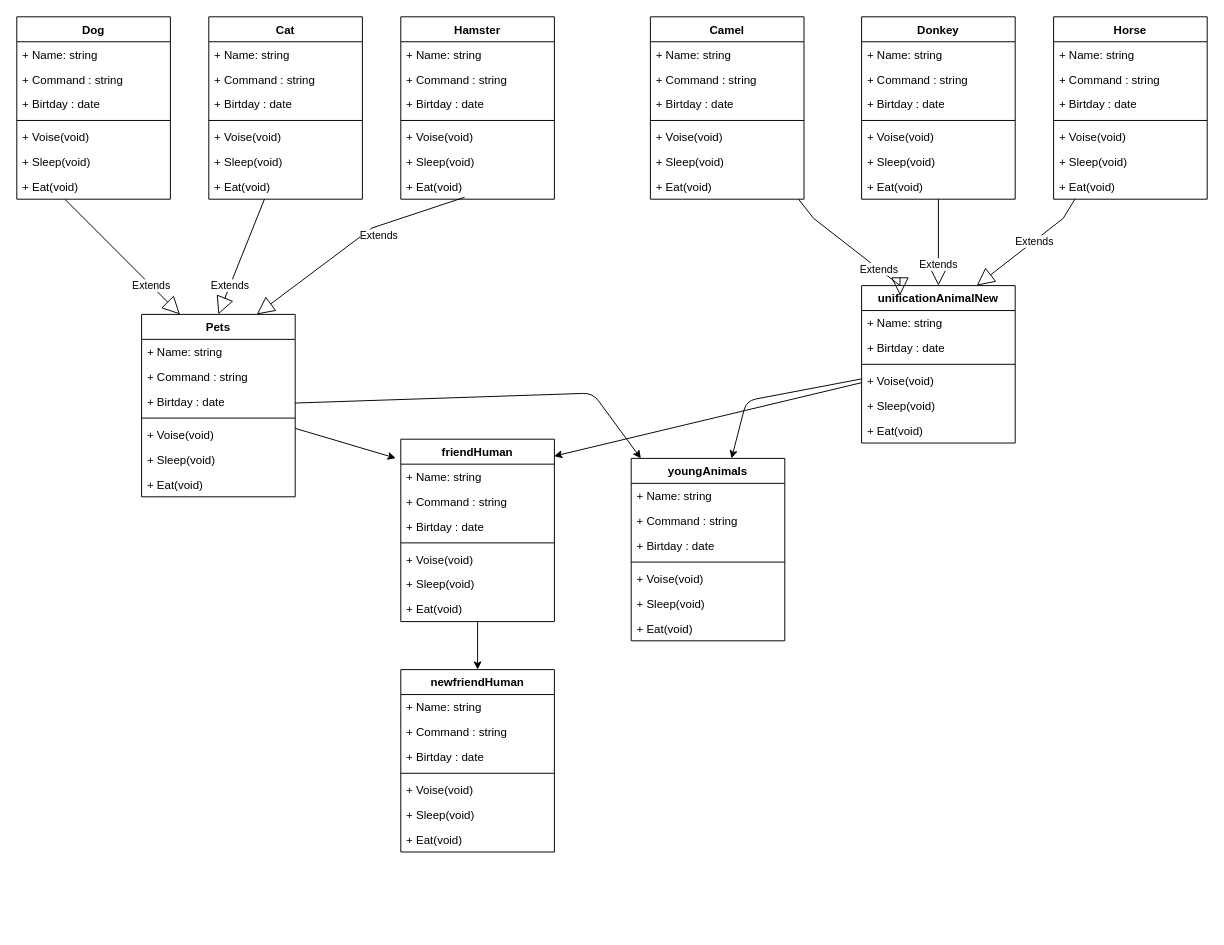
The draw.io diagram Diagram Class.drawio in grezli1985/ControlWork, before the edit. Source tidied: cells renumbered, new cells numbered last; positions are measured from the earlier drawing's top-left corner, leaving out a move shared by most shapes. Both pictures are drawn from the tidied source at 96%, with x=0, y=0 at pixel (16, 16).
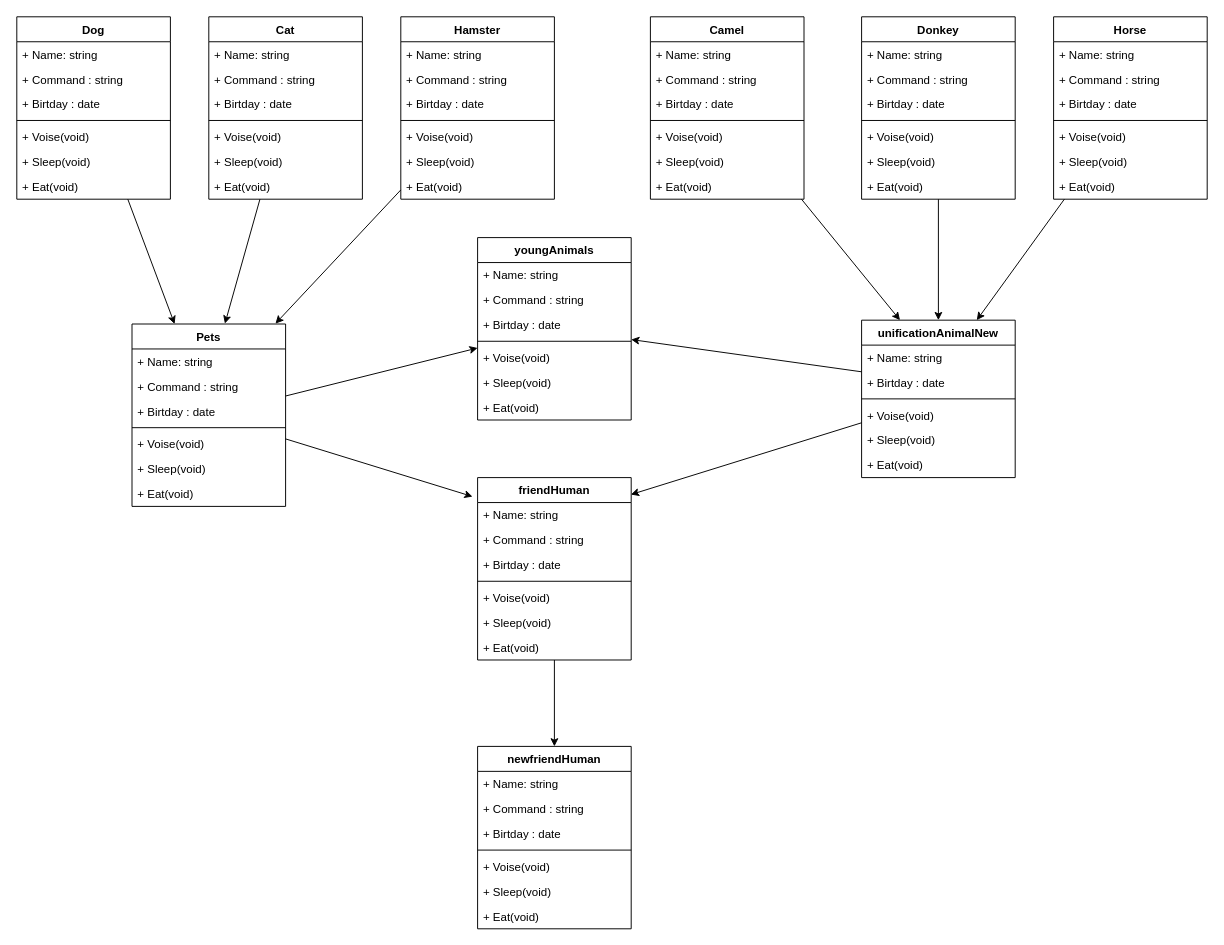
The same page after the edit.

The change refers to these unchanged cells:
```xml
<mxCell id="25" value="+ Birtday : date" style="text;strokeColor=none;fillColor=none;align=left;verticalAlign=top;spacingLeft=4;spacingRight=4;overflow=hidden;points=[[0,0.5],[1,0.5]];portConstraint=eastwest;" parent="23" vertex="1">
  <mxGeometry y="52" width="160" height="26" as="geometry" />
</mxCell>
<mxCell id="30" value="Dog" style="swimlane;fontStyle=1;align=center;verticalAlign=top;horizontal=1;startSize=26;" parent="1" vertex="1">
  <mxGeometry width="160" height="190" as="geometry" />
</mxCell>
<mxCell id="37" value="+ Eat(void)" style="text;strokeColor=none;fillColor=none;align=left;verticalAlign=top;spacingLeft=4;spacingRight=4;overflow=hidden;points=[[0,0.5],[1,0.5]];portConstraint=eastwest;" parent="30" vertex="1">
  <mxGeometry y="164" width="160" height="26" as="geometry" />
</mxCell>
<mxCell id="38" value="Cat" style="swimlane;fontStyle=1;align=center;verticalAlign=top;horizontal=1;startSize=26;" parent="1" vertex="1">
  <mxGeometry x="200" width="160" height="190" as="geometry" />
</mxCell>
<mxCell id="45" value="+ Eat(void)" style="text;strokeColor=none;fillColor=none;align=left;verticalAlign=top;spacingLeft=4;spacingRight=4;overflow=hidden;points=[[0,0.5],[1,0.5]];portConstraint=eastwest;" parent="38" vertex="1">
  <mxGeometry y="164" width="160" height="26" as="geometry" />
</mxCell>
<mxCell id="46" value="Hamster" style="swimlane;fontStyle=1;align=center;verticalAlign=top;horizontal=1;startSize=26;" parent="1" vertex="1">
  <mxGeometry x="400" width="160" height="190" as="geometry" />
</mxCell>
<mxCell id="53" value="+ Eat(void)" style="text;strokeColor=none;fillColor=none;align=left;verticalAlign=top;spacingLeft=4;spacingRight=4;overflow=hidden;points=[[0,0.5],[1,0.5]];portConstraint=eastwest;" parent="46" vertex="1">
  <mxGeometry y="164" width="160" height="26" as="geometry" />
</mxCell>
<mxCell id="54" value="Camel" style="swimlane;fontStyle=1;align=center;verticalAlign=top;horizontal=1;startSize=26;" parent="1" vertex="1">
  <mxGeometry x="660" width="160" height="190" as="geometry" />
</mxCell>
<mxCell id="62" value="Horse" style="swimlane;fontStyle=1;align=center;verticalAlign=top;horizontal=1;startSize=26;" parent="1" vertex="1">
  <mxGeometry x="1080" width="160" height="190" as="geometry" />
</mxCell>
<mxCell id="70" value="Donkey" style="swimlane;fontStyle=1;align=center;verticalAlign=top;horizontal=1;startSize=26;" parent="1" vertex="1">
  <mxGeometry x="880" width="160" height="190" as="geometry" />
</mxCell>
```

Diff of the diagram source:
```diff
@@
     <mxCell id="3" value="friendHuman" style="swimlane;fontStyle=1;align=center;verticalAlign=top;horizontal=1;startSize=26;" parent="1" vertex="1">
-      <mxGeometry x="400" y="440" width="160" height="190" as="geometry" />
+      <mxGeometry x="480" y="480" width="160" height="190" as="geometry" />
     </mxCell>
@@
     <mxCell id="12" style="edgeStyle=none;html=1;" parent="1" edge="1" source="13" target="92">
-      <mxGeometry relative="1" as="geometry">
-        <Array as="points">
-          <mxPoint x="600" y="392" />
-        </Array>
-      </mxGeometry>
+      <mxGeometry relative="1" as="geometry" />
     </mxCell>
     <mxCell id="13" value="Pets" style="swimlane;fontStyle=1;align=center;verticalAlign=top;horizontal=1;startSize=26;" parent="1" vertex="1">
-      <mxGeometry x="130" y="310" width="160" height="190" as="geometry" />
+      <mxGeometry x="120" y="320" width="160" height="190" as="geometry" />
     </mxCell>
@@
-    <mxCell id="22" style="edgeStyle=none;html=1;" parent="1" edge="1" source="23" target="92">
-      <mxGeometry relative="1" as="geometry">
-        <Array as="points">
-          <mxPoint x="760" y="400" />
-        </Array>
-      </mxGeometry>
-    </mxCell>
     <mxCell id="23" value="unificationAnimalNew&#10;" style="swimlane;fontStyle=1;align=center;verticalAlign=top;horizontal=1;startSize=26;" parent="1" vertex="1">
-      <mxGeometry x="880" y="280" width="160" height="164" as="geometry" />
+      <mxGeometry x="880" y="316" width="160" height="164" as="geometry" />
     </mxCell>
@@
+    <mxCell id="100" style="edgeStyle=none;html=1;" parent="1" edge="1" source="30" target="13">
+      <mxGeometry relative="1" as="geometry" />
+    </mxCell>
@@
+    <mxCell id="101" style="edgeStyle=none;html=1;entryX=0.605;entryY=-0.002;entryDx=0;entryDy=0;entryPerimeter=0;" parent="1" edge="1" source="38" target="13">
+      <mxGeometry relative="1" as="geometry" />
+    </mxCell>
@@
+    <mxCell id="102" style="edgeStyle=none;html=1;entryX=0.934;entryY=-0.002;entryDx=0;entryDy=0;entryPerimeter=0;" parent="1" edge="1" source="46" target="13">
+      <mxGeometry relative="1" as="geometry" />
+    </mxCell>
@@
+    <mxCell id="103" style="edgeStyle=none;html=1;entryX=0.25;entryY=0;entryDx=0;entryDy=0;" parent="1" edge="1" source="54" target="23">
+      <mxGeometry relative="1" as="geometry" />
+    </mxCell>
@@
+    <mxCell id="83" style="edgeStyle=none;html=1;entryX=0.75;entryY=0;entryDx=0;entryDy=0;" parent="1" edge="1" source="62" target="23">
+      <mxGeometry relative="1" as="geometry" />
+    </mxCell>
@@
+    <mxCell id="81" style="edgeStyle=none;html=1;entryX=0.5;entryY=0;entryDx=0;entryDy=0;" parent="1" edge="1" source="70" target="23">
+      <mxGeometry relative="1" as="geometry" />
+    </mxCell>
@@
-    <mxCell id="78" value="Extends" style="endArrow=block;endSize=16;endFill=0;html=1;rounded=0;entryX=0.25;entryY=0;entryDx=0;entryDy=0;exitX=0.315;exitY=1.014;exitDx=0;exitDy=0;exitPerimeter=0;" parent="1" edge="1" source="37" target="13">
-      <mxGeometry x="0.5" relative="1" as="geometry" />
-    </mxCell>
-    <mxCell id="79" value="Extends" style="endArrow=block;endSize=16;endFill=0;html=1;rounded=0;exitX=0.363;exitY=0.987;exitDx=0;exitDy=0;exitPerimeter=0;entryX=0.5;entryY=0;entryDx=0;entryDy=0;" parent="1" edge="1" source="45" target="13">
-      <mxGeometry x="0.5" relative="1" as="geometry" />
-    </mxCell>
-    <mxCell id="80" value="Extends" style="endArrow=block;endSize=16;endFill=0;html=1;rounded=0;exitX=0.415;exitY=0.923;exitDx=0;exitDy=0;exitPerimeter=0;entryX=0.75;entryY=0;entryDx=0;entryDy=0;" parent="1" edge="1" source="53" target="13">
-      <mxGeometry x="-0.23" y="10" relative="1" as="geometry">
-        <Array as="points">
-          <mxPoint x="370" y="220" />
-        </Array>
-      </mxGeometry>
-    </mxCell>
-    <mxCell id="81" value="Extends" style="endArrow=block;endSize=16;endFill=0;html=1;rounded=0;entryX=0.5;entryY=0;entryDx=0;entryDy=0;" parent="1" edge="1" source="70" target="23">
-      <mxGeometry x="0.5" relative="1" as="geometry" />
-    </mxCell>
-    <mxCell id="82" value="Extends" style="endArrow=block;endSize=16;endFill=0;html=1;rounded=0;" parent="1" edge="1" source="54">
-      <mxGeometry x="0.5" relative="1" as="geometry">
-        <mxPoint x="920" y="290" as="targetPoint" />
-        <Array as="points">
-          <mxPoint x="830" y="210" />
-          <mxPoint x="920" y="280" />
-        </Array>
-      </mxGeometry>
-    </mxCell>
-    <mxCell id="83" value="Extends" style="endArrow=block;endSize=16;endFill=0;html=1;rounded=0;entryX=0.75;entryY=0;entryDx=0;entryDy=0;" parent="1" edge="1" source="62" target="23">
-      <mxGeometry x="-0.1" relative="1" as="geometry">
-        <Array as="points">
-          <mxPoint x="1090" y="210" />
-        </Array>
-      </mxGeometry>
-    </mxCell>
     <mxCell id="84" value="newfriendHuman" style="swimlane;fontStyle=1;align=center;verticalAlign=top;horizontal=1;startSize=26;" parent="1" vertex="1">
-      <mxGeometry x="400" y="680" width="160" height="190" as="geometry" />
+      <mxGeometry x="480" y="760" width="160" height="190" as="geometry" />
     </mxCell>
@@
     <mxCell id="92" value="youngAnimals" style="swimlane;fontStyle=1;align=center;verticalAlign=top;horizontal=1;startSize=26;" parent="1" vertex="1">
-      <mxGeometry x="640" y="460" width="160" height="190" as="geometry" />
+      <mxGeometry x="480" y="230" width="160" height="190" as="geometry" />
     </mxCell>
@@
+    <mxCell id="104" style="edgeStyle=none;html=1;" parent="1" edge="1" source="25" target="92">
+      <mxGeometry relative="1" as="geometry" />
+    </mxCell>
```
